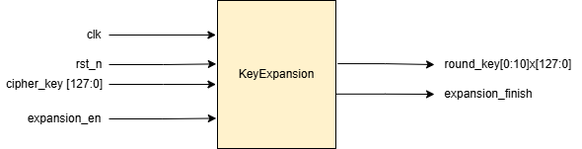
This is KeyExpansion/media/Module Key Expansion high level.png from LQLManZz/AES128-Verilog, a draw.io export, as it was before one commit. Source tidied: cells renumbered, new cells last; positions are measured from the earlier drawing's top-left corner, leaving out a move shared by most shapes. The source it was exported from:
```xml
<mxGraphModel>
  <root>
    <mxCell id="0" />
    <mxCell id="1" parent="0" />
    <mxCell id="2" value="clk" style="text;html=1;whiteSpace=wrap;strokeColor=none;fillColor=none;align=center;verticalAlign=middle;rounded=0;" parent="1" vertex="1">
      <mxGeometry x="80" y="20" width="30" height="30" as="geometry" />
    </mxCell>
    <mxCell id="3" value="rst_n" style="text;html=1;whiteSpace=wrap;strokeColor=none;fillColor=none;align=center;verticalAlign=middle;rounded=0;" parent="1" vertex="1">
      <mxGeometry x="70" y="50" width="40" height="30" as="geometry" />
    </mxCell>
    <mxCell id="4" value="expansion_en" style="text;html=1;whiteSpace=wrap;strokeColor=none;fillColor=none;align=center;verticalAlign=middle;rounded=0;" parent="1" vertex="1">
      <mxGeometry x="20" y="100" width="90" height="40" as="geometry" />
    </mxCell>
    <mxCell id="5" style="edgeStyle=orthogonalEdgeStyle;rounded=0;jettySize=auto;html=1;exitX=1;exitY=0.5;exitDx=0;exitDy=0;entryX=-0.013;entryY=0.567;entryDx=0;entryDy=0;entryPerimeter=0;" parent="1" edge="1" source="6" target="11">
      <mxGeometry relative="1" as="geometry" />
    </mxCell>
    <mxCell id="6" value="cipher_key [127:0]" style="text;html=1;whiteSpace=wrap;strokeColor=none;fillColor=none;align=center;verticalAlign=middle;rounded=0;" parent="1" vertex="1">
      <mxGeometry y="70" width="110" height="30" as="geometry" />
    </mxCell>
    <mxCell id="7" value="round_key[0:10]x[127:0]" style="text;html=1;whiteSpace=wrap;strokeColor=none;fillColor=none;align=center;verticalAlign=middle;rounded=0;" parent="1" vertex="1">
      <mxGeometry x="440" y="50" width="150" height="30" as="geometry" />
    </mxCell>
    <mxCell id="8" value="expansion_finish" style="text;html=1;whiteSpace=wrap;strokeColor=none;fillColor=none;align=center;verticalAlign=middle;rounded=0;" parent="1" vertex="1">
      <mxGeometry x="440" y="80" width="110" height="30" as="geometry" />
    </mxCell>
    <mxCell id="9" style="edgeStyle=orthogonalEdgeStyle;rounded=0;jettySize=auto;html=1;exitX=1;exitY=0.5;exitDx=0;exitDy=0;entryX=-0.01;entryY=0.429;entryDx=0;entryDy=0;entryPerimeter=0;" parent="1" edge="1" source="3" target="11">
      <mxGeometry relative="1" as="geometry" />
    </mxCell>
    <mxCell id="10" style="edgeStyle=orthogonalEdgeStyle;rounded=0;jettySize=auto;html=1;exitX=1;exitY=0.5;exitDx=0;exitDy=0;entryX=-0.01;entryY=0.863;entryDx=0;entryDy=0;entryPerimeter=0;" parent="1" edge="1" source="4">
      <mxGeometry relative="1" as="geometry">
        <mxPoint x="218.8" y="119.5" as="targetPoint" />
      </mxGeometry>
    </mxCell>
    <mxCell id="11" value="KeyExpansion" style="rounded=0;whiteSpace=wrap;html=1;fillColor=#fff2cc;strokeColor=#000000;" parent="1" vertex="1">
      <mxGeometry x="220" width="120" height="150" as="geometry" />
    </mxCell>
    <mxCell id="12" style="edgeStyle=orthogonalEdgeStyle;rounded=0;jettySize=auto;html=1;exitX=1;exitY=0.5;exitDx=0;exitDy=0;entryX=-0.013;entryY=0.233;entryDx=0;entryDy=0;entryPerimeter=0;" parent="1" edge="1" source="2" target="11">
      <mxGeometry relative="1" as="geometry" />
    </mxCell>
    <mxCell id="13" style="edgeStyle=orthogonalEdgeStyle;rounded=0;jettySize=auto;html=1;exitX=1;exitY=0.632;exitDx=0;exitDy=0;entryX=0;entryY=0.5;entryDx=0;entryDy=0;exitPerimeter=0;" parent="1" edge="1" source="11" target="8">
      <mxGeometry relative="1" as="geometry" />
    </mxCell>
    <mxCell id="14" style="edgeStyle=orthogonalEdgeStyle;rounded=0;jettySize=auto;html=1;exitX=1.015;exitY=0.427;exitDx=0;exitDy=0;entryX=0;entryY=0.5;entryDx=0;entryDy=0;exitPerimeter=0;" parent="1" edge="1" source="11" target="7">
      <mxGeometry relative="1" as="geometry" />
    </mxCell>
  </root>
</mxGraphModel>
```
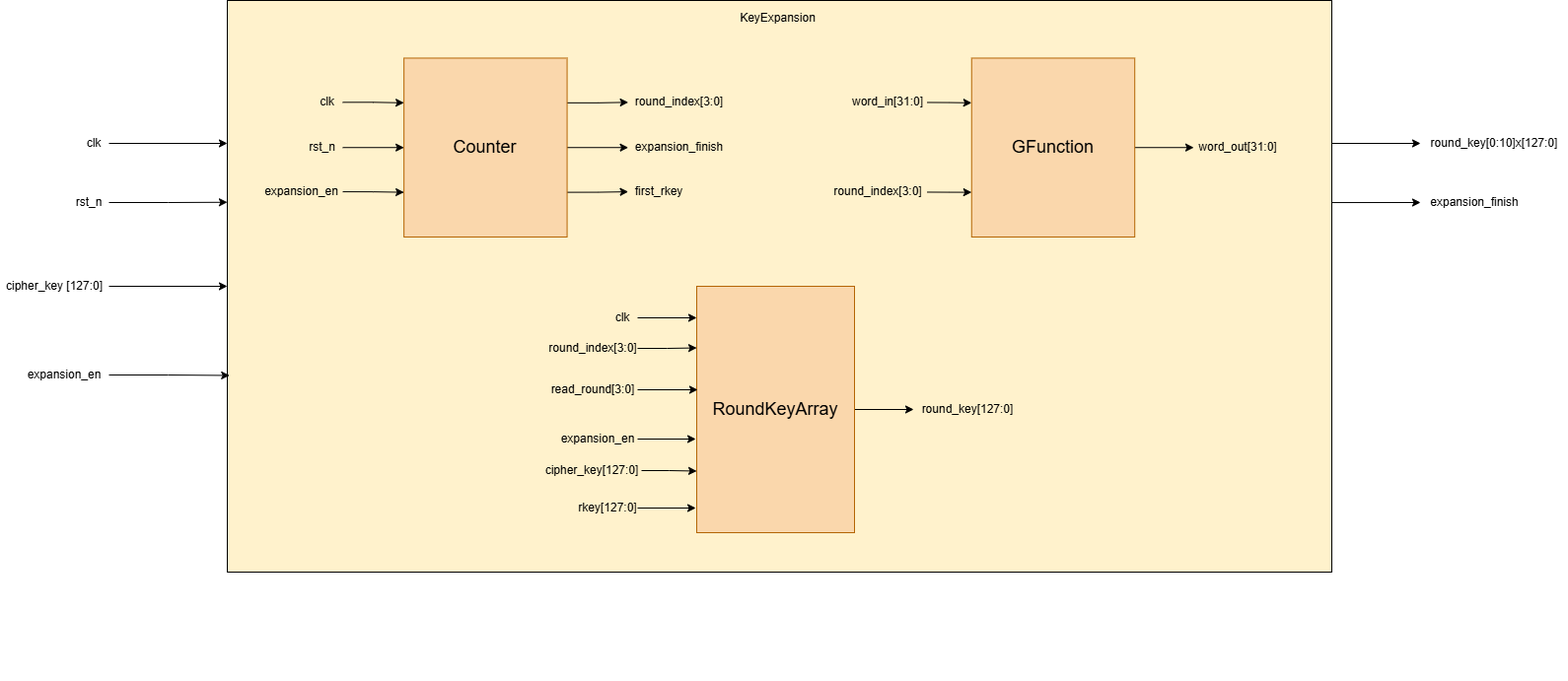
Later version of the same file.

What changed in the source:
```diff
@@ -2,45 +2,165 @@
   <root>
     <mxCell id="0" />
     <mxCell id="1" parent="0" />
+    <mxCell id="12" style="edgeStyle=orthogonalEdgeStyle;rounded=0;jettySize=auto;html=1;exitX=1;exitY=0.5;exitDx=0;exitDy=0;entryX=0;entryY=0.25;entryDx=0;entryDy=0;" parent="1" edge="1" source="2" target="11">
+      <mxGeometry relative="1" as="geometry" />
+    </mxCell>
     <mxCell id="2" value="clk" style="text;html=1;whiteSpace=wrap;strokeColor=none;fillColor=none;align=center;verticalAlign=middle;rounded=0;" parent="1" vertex="1">
-      <mxGeometry x="80" y="20" width="30" height="30" as="geometry" />
+      <mxGeometry x="-370" y="10" width="30" height="30" as="geometry" />
     </mxCell>
     <mxCell id="3" value="rst_n" style="text;html=1;whiteSpace=wrap;strokeColor=none;fillColor=none;align=center;verticalAlign=middle;rounded=0;" parent="1" vertex="1">
-      <mxGeometry x="70" y="50" width="40" height="30" as="geometry" />
+      <mxGeometry x="-380" y="70" width="40" height="30" as="geometry" />
     </mxCell>
     <mxCell id="4" value="expansion_en" style="text;html=1;whiteSpace=wrap;strokeColor=none;fillColor=none;align=center;verticalAlign=middle;rounded=0;" parent="1" vertex="1">
-      <mxGeometry x="20" y="100" width="90" height="40" as="geometry" />
+      <mxGeometry x="-430" y="240" width="90" height="40" as="geometry" />
     </mxCell>
-    <mxCell id="5" style="edgeStyle=orthogonalEdgeStyle;rounded=0;jettySize=auto;html=1;exitX=1;exitY=0.5;exitDx=0;exitDy=0;entryX=-0.013;entryY=0.567;entryDx=0;entryDy=0;entryPerimeter=0;" parent="1" edge="1" source="6" target="11">
+    <mxCell id="5" style="edgeStyle=orthogonalEdgeStyle;rounded=0;jettySize=auto;html=1;exitX=1;exitY=0.5;exitDx=0;exitDy=0;entryX=0;entryY=0.5;entryDx=0;entryDy=0;" parent="1" edge="1" source="6" target="11">
       <mxGeometry relative="1" as="geometry" />
     </mxCell>
     <mxCell id="6" value="cipher_key [127:0]" style="text;html=1;whiteSpace=wrap;strokeColor=none;fillColor=none;align=center;verticalAlign=middle;rounded=0;" parent="1" vertex="1">
-      <mxGeometry y="70" width="110" height="30" as="geometry" />
+      <mxGeometry x="-450" y="155" width="110" height="30" as="geometry" />
     </mxCell>
     <mxCell id="7" value="round_key[0:10]x[127:0]" style="text;html=1;whiteSpace=wrap;strokeColor=none;fillColor=none;align=center;verticalAlign=middle;rounded=0;" parent="1" vertex="1">
-      <mxGeometry x="440" y="50" width="150" height="30" as="geometry" />
+      <mxGeometry x="990" y="10" width="150" height="30" as="geometry" />
     </mxCell>
+    <mxCell id="15" style="edgeStyle=orthogonalEdgeStyle;rounded=0;jettySize=auto;html=1;exitX=0;exitY=0.5;exitDx=0;exitDy=0;entryX=0;entryY=0.5;entryDx=0;entryDy=0;" parent="1" edge="1" target="8">
+      <mxGeometry relative="1" as="geometry">
+        <mxPoint x="900" y="85" as="sourcePoint" />
+      </mxGeometry>
+    </mxCell>
     <mxCell id="8" value="expansion_finish" style="text;html=1;whiteSpace=wrap;strokeColor=none;fillColor=none;align=center;verticalAlign=middle;rounded=0;" parent="1" vertex="1">
-      <mxGeometry x="440" y="80" width="110" height="30" as="geometry" />
+      <mxGeometry x="990" y="70" width="110" height="30" as="geometry" />
     </mxCell>
+    <mxCell id="16" style="group;" parent="1" vertex="1">
+      <mxGeometry x="-220" y="-120" width="1180" height="690" as="geometry" />
+    </mxCell>
+    <mxCell id="11" style="rounded=0;whiteSpace=wrap;html=1;fillColor=#fff2cc;strokeColor=#000000;" parent="16" vertex="1">
+      <mxGeometry width="1120" height="580" as="geometry" />
+    </mxCell>
+    <mxCell id="17" value="KeyExpansion" style="text;html=1;whiteSpace=wrap;strokeColor=none;fillColor=none;align=center;verticalAlign=middle;rounded=0;" parent="16" vertex="1">
+      <mxGeometry x="506.9" width="103.1" height="35.1" as="geometry" />
+    </mxCell>
+    <mxCell id="18" style="group;" parent="16" vertex="1">
+      <mxGeometry x="34.4" y="58.5" width="475.6" height="181.5" as="geometry" />
+    </mxCell>
+    <mxCell id="19" style="edgeStyle=orthogonalEdgeStyle;rounded=0;jettySize=auto;html=1;exitX=1;exitY=0.5;exitDx=0;exitDy=0;entryX=0;entryY=0.25;entryDx=0;entryDy=0;" parent="18" edge="1" source="20" target="28">
+      <mxGeometry relative="1" as="geometry" />
+    </mxCell>
+    <mxCell id="20" value="clk" style="text;html=1;whiteSpace=wrap;strokeColor=none;fillColor=none;align=center;verticalAlign=middle;rounded=0;" parent="18" vertex="1">
+      <mxGeometry x="51.7" y="28.8" width="31" height="32" as="geometry" />
+    </mxCell>
+    <mxCell id="21" style="edgeStyle=orthogonalEdgeStyle;rounded=0;jettySize=auto;html=1;exitX=1;exitY=0.5;exitDx=0;exitDy=0;entryX=0;entryY=0.5;entryDx=0;entryDy=0;" parent="18" edge="1" source="22" target="28">
+      <mxGeometry relative="1" as="geometry" />
+    </mxCell>
+    <mxCell id="22" value="rst_n" style="text;html=1;whiteSpace=wrap;strokeColor=none;fillColor=none;align=center;verticalAlign=middle;rounded=0;" parent="18" vertex="1">
+      <mxGeometry x="41.4" y="74.7" width="41.4" height="32" as="geometry" />
+    </mxCell>
+    <mxCell id="23" style="edgeStyle=orthogonalEdgeStyle;rounded=0;jettySize=auto;html=1;exitX=1;exitY=0.5;exitDx=0;exitDy=0;entryX=0;entryY=0.75;entryDx=0;entryDy=0;" parent="18" edge="1" source="24" target="28">
+      <mxGeometry relative="1" as="geometry" />
+    </mxCell>
+    <mxCell id="24" value="expansion_en" style="text;html=1;whiteSpace=wrap;strokeColor=none;fillColor=none;align=center;verticalAlign=middle;rounded=0;" parent="18" vertex="1">
+      <mxGeometry y="119.6" width="82.7" height="32" as="geometry" />
+    </mxCell>
+    <mxCell id="25" style="edgeStyle=orthogonalEdgeStyle;rounded=0;jettySize=auto;html=1;exitX=1;exitY=0.25;exitDx=0;exitDy=0;entryX=0;entryY=0.5;entryDx=0;entryDy=0;" parent="18" edge="1" source="28" target="31">
+      <mxGeometry relative="1" as="geometry" />
+    </mxCell>
+    <mxCell id="26" style="edgeStyle=orthogonalEdgeStyle;rounded=0;jettySize=auto;html=1;exitX=1;exitY=0.5;exitDx=0;exitDy=0;entryX=0;entryY=0.5;entryDx=0;entryDy=0;" parent="18" edge="1" source="28" target="30">
+      <mxGeometry relative="1" as="geometry" />
+    </mxCell>
+    <mxCell id="27" style="edgeStyle=orthogonalEdgeStyle;rounded=0;jettySize=auto;html=1;exitX=1;exitY=0.75;exitDx=0;exitDy=0;entryX=0;entryY=0.5;entryDx=0;entryDy=0;" parent="18" edge="1" source="28" target="29">
+      <mxGeometry relative="1" as="geometry" />
+    </mxCell>
+    <mxCell id="28" value="&lt;font style=&quot;font-size: 18px;&quot;&gt;Counter&lt;/font&gt;" style="whiteSpace=wrap;html=1;fillColor=#fad7ac;strokeColor=#b46504;" parent="18" vertex="1">
+      <mxGeometry x="144.8" width="165.4" height="181.5" as="geometry" />
+    </mxCell>
+    <mxCell id="29" value="first_rkey" style="text;html=1;whiteSpace=wrap;strokeColor=none;fillColor=none;align=center;verticalAlign=middle;rounded=0;" parent="18" vertex="1">
+      <mxGeometry x="372.2" y="119.6" width="62" height="32" as="geometry" />
+    </mxCell>
+    <mxCell id="30" value="expansion_finish" style="text;html=1;whiteSpace=wrap;strokeColor=none;fillColor=none;align=center;verticalAlign=middle;rounded=0;" parent="18" vertex="1">
+      <mxGeometry x="372.2" y="74.7" width="103.4" height="32" as="geometry" />
+    </mxCell>
+    <mxCell id="31" value="round_index[3:0]" style="text;html=1;whiteSpace=wrap;strokeColor=none;fillColor=none;align=center;verticalAlign=middle;rounded=0;" parent="18" vertex="1">
+      <mxGeometry x="372.2" y="28.8" width="103.4" height="32" as="geometry" />
+    </mxCell>
+    <mxCell id="32" style="group;" parent="16" vertex="1">
+      <mxGeometry x="610" y="58.5" width="460" height="181.5" as="geometry" />
+    </mxCell>
+    <mxCell id="33" style="edgeStyle=orthogonalEdgeStyle;rounded=0;jettySize=auto;html=1;exitX=1;exitY=0.5;exitDx=0;exitDy=0;entryX=0;entryY=0.5;entryDx=0;entryDy=0;" parent="32" edge="1" source="34" target="39">
+      <mxGeometry relative="1" as="geometry" />
+    </mxCell>
+    <mxCell id="34" value="&lt;span style=&quot;font-size: 18px;&quot;&gt;GFunction&lt;/span&gt;" style="whiteSpace=wrap;html=1;fillColor=#fad7ac;strokeColor=#b46504;" parent="32" vertex="1">
+      <mxGeometry x="144.8" width="165.4" height="181.5" as="geometry" />
+    </mxCell>
+    <mxCell id="35" style="edgeStyle=orthogonalEdgeStyle;rounded=0;jettySize=auto;html=1;exitX=1;exitY=0.5;exitDx=0;exitDy=0;entryX=0;entryY=0.25;entryDx=0;entryDy=0;" parent="32" edge="1" source="36" target="34">
+      <mxGeometry relative="1" as="geometry" />
+    </mxCell>
+    <mxCell id="36" value="word_in[31:0]" style="text;html=1;whiteSpace=wrap;strokeColor=none;fillColor=none;align=center;verticalAlign=middle;rounded=0;" parent="32" vertex="1">
+      <mxGeometry x="20" y="30" width="80" height="30" as="geometry" />
+    </mxCell>
+    <mxCell id="37" style="edgeStyle=orthogonalEdgeStyle;rounded=0;jettySize=auto;html=1;exitX=1;exitY=0.5;exitDx=0;exitDy=0;entryX=0;entryY=0.75;entryDx=0;entryDy=0;" parent="32" edge="1" source="38" target="34">
+      <mxGeometry relative="1" as="geometry" />
+    </mxCell>
+    <mxCell id="38" value="round_index[3:0]" style="text;html=1;whiteSpace=wrap;strokeColor=none;fillColor=none;align=center;verticalAlign=middle;rounded=0;" parent="32" vertex="1">
+      <mxGeometry y="121" width="100" height="30" as="geometry" />
+    </mxCell>
+    <mxCell id="39" value="word_out[31:0]" style="text;html=1;whiteSpace=wrap;strokeColor=none;fillColor=none;align=center;verticalAlign=middle;rounded=0;" parent="32" vertex="1">
+      <mxGeometry x="370" y="75.8" width="90" height="30" as="geometry" />
+    </mxCell>
+    <mxCell id="40" style="group;" parent="16" vertex="1">
+      <mxGeometry x="320" y="290" width="486" height="250" as="geometry" />
+    </mxCell>
+    <mxCell id="41" value="clk" style="text;html=1;whiteSpace=wrap;strokeColor=none;fillColor=none;align=center;verticalAlign=middle;rounded=0;" parent="40" vertex="1">
+      <mxGeometry x="66" y="17" width="30" height="30" as="geometry" />
+    </mxCell>
+    <mxCell id="42" value="expansion_en" style="text;html=1;whiteSpace=wrap;strokeColor=none;fillColor=none;align=center;verticalAlign=middle;rounded=0;" parent="40" vertex="1">
+      <mxGeometry x="16" y="140" width="80" height="30" as="geometry" />
+    </mxCell>
+    <mxCell id="43" style="edgeStyle=orthogonalEdgeStyle;rounded=0;jettySize=auto;html=1;exitX=1;exitY=0.5;exitDx=0;exitDy=0;entryX=0;entryY=0.5;entryDx=0;entryDy=0;" parent="40" edge="1" source="44" target="49">
+      <mxGeometry relative="1" as="geometry" />
+    </mxCell>
+    <mxCell id="44" value="&lt;font style=&quot;font-size: 18px;&quot;&gt;RoundKeyArray&lt;/font&gt;" style="whiteSpace=wrap;html=1;fillColor=#fad7ac;strokeColor=#b46504;" parent="40" vertex="1">
+      <mxGeometry x="156" width="160" height="250" as="geometry" />
+    </mxCell>
+    <mxCell id="45" style="edgeStyle=orthogonalEdgeStyle;rounded=0;jettySize=auto;html=1;exitX=1;exitY=0.5;exitDx=0;exitDy=0;entryX=0;entryY=0.75;entryDx=0;entryDy=0;" parent="40" edge="1" source="46" target="44">
+      <mxGeometry relative="1" as="geometry" />
+    </mxCell>
+    <mxCell id="46" value="cipher_key[127:0]" style="text;html=1;whiteSpace=wrap;strokeColor=none;fillColor=none;align=center;verticalAlign=middle;rounded=0;" parent="40" vertex="1">
+      <mxGeometry y="172" width="100" height="30" as="geometry" />
+    </mxCell>
+    <mxCell id="47" value="rkey[127:0]" style="text;html=1;whiteSpace=wrap;strokeColor=none;fillColor=none;align=center;verticalAlign=middle;rounded=0;" parent="40" vertex="1">
+      <mxGeometry x="36" y="210" width="60" height="30" as="geometry" />
+    </mxCell>
+    <mxCell id="48" style="edgeStyle=orthogonalEdgeStyle;rounded=0;jettySize=auto;html=1;exitX=1;exitY=0.5;exitDx=0;exitDy=0;entryX=0;entryY=0.128;entryDx=0;entryDy=0;entryPerimeter=0;" parent="40" edge="1" source="41" target="44">
+      <mxGeometry relative="1" as="geometry" />
+    </mxCell>
+    <mxCell id="49" value="round_key[127:0]" style="text;html=1;whiteSpace=wrap;strokeColor=none;fillColor=none;align=center;verticalAlign=middle;rounded=0;" parent="40" vertex="1">
+      <mxGeometry x="376" y="110" width="110" height="30" as="geometry" />
+    </mxCell>
+    <mxCell id="50" style="edgeStyle=orthogonalEdgeStyle;rounded=0;jettySize=auto;html=1;exitX=1;exitY=0.5;exitDx=0;exitDy=0;entryX=0;entryY=0.25;entryDx=0;entryDy=0;" parent="40" edge="1" source="51" target="44">
+      <mxGeometry relative="1" as="geometry" />
+    </mxCell>
+    <mxCell id="51" value="round_index[3:0]" style="text;html=1;whiteSpace=wrap;strokeColor=none;fillColor=none;align=center;verticalAlign=middle;rounded=0;" parent="40" vertex="1">
+      <mxGeometry x="6" y="48" width="90" height="30" as="geometry" />
+    </mxCell>
+    <mxCell id="52" style="edgeStyle=orthogonalEdgeStyle;rounded=0;jettySize=auto;html=1;exitX=1;exitY=0.5;exitDx=0;exitDy=0;entryX=-0.006;entryY=0.9;entryDx=0;entryDy=0;entryPerimeter=0;" parent="40" edge="1" source="47" target="44">
+      <mxGeometry relative="1" as="geometry" />
+    </mxCell>
+    <mxCell id="53" style="edgeStyle=orthogonalEdgeStyle;rounded=0;jettySize=auto;html=1;exitX=1;exitY=0.5;exitDx=0;exitDy=0;entryX=-0.006;entryY=0.62;entryDx=0;entryDy=0;entryPerimeter=0;" parent="40" edge="1" source="42" target="44">
+      <mxGeometry relative="1" as="geometry" />
+    </mxCell>
+    <mxCell id="54" value="read_round[3:0]" style="text;html=1;whiteSpace=wrap;strokeColor=none;fillColor=none;align=center;verticalAlign=middle;rounded=0;" parent="40" vertex="1">
+      <mxGeometry x="6" y="90" width="90" height="30" as="geometry" />
+    </mxCell>
+    <mxCell id="55" style="edgeStyle=orthogonalEdgeStyle;rounded=0;jettySize=auto;html=1;exitX=1;exitY=0.5;exitDx=0;exitDy=0;entryX=0.006;entryY=0.42;entryDx=0;entryDy=0;entryPerimeter=0;" parent="40" edge="1" source="54" target="44">
+      <mxGeometry relative="1" as="geometry" />
+    </mxCell>
-    <mxCell id="9" style="edgeStyle=orthogonalEdgeStyle;rounded=0;jettySize=auto;html=1;exitX=1;exitY=0.5;exitDx=0;exitDy=0;entryX=-0.01;entryY=0.429;entryDx=0;entryDy=0;entryPerimeter=0;" parent="1" edge="1" source="3" target="11">
+    <mxCell id="9" style="edgeStyle=orthogonalEdgeStyle;rounded=0;jettySize=auto;html=1;exitX=1;exitY=0.5;exitDx=0;exitDy=0;entryX=0;entryY=0.353;entryDx=0;entryDy=0;entryPerimeter=0;" parent="1" edge="1" source="3" target="11">
       <mxGeometry relative="1" as="geometry" />
     </mxCell>
-    <mxCell id="10" style="edgeStyle=orthogonalEdgeStyle;rounded=0;jettySize=auto;html=1;exitX=1;exitY=0.5;exitDx=0;exitDy=0;entryX=-0.01;entryY=0.863;entryDx=0;entryDy=0;entryPerimeter=0;" parent="1" edge="1" source="4">
-      <mxGeometry relative="1" as="geometry">
-        <mxPoint x="218.8" y="119.5" as="targetPoint" />
-      </mxGeometry>
-    </mxCell>
-    <mxCell id="11" value="KeyExpansion" style="rounded=0;whiteSpace=wrap;html=1;fillColor=#fff2cc;strokeColor=#000000;" parent="1" vertex="1">
-      <mxGeometry x="220" width="120" height="150" as="geometry" />
-    </mxCell>
-    <mxCell id="12" style="edgeStyle=orthogonalEdgeStyle;rounded=0;jettySize=auto;html=1;exitX=1;exitY=0.5;exitDx=0;exitDy=0;entryX=-0.013;entryY=0.233;entryDx=0;entryDy=0;entryPerimeter=0;" parent="1" edge="1" source="2" target="11">
-      <mxGeometry relative="1" as="geometry" />
-    </mxCell>
-    <mxCell id="13" style="edgeStyle=orthogonalEdgeStyle;rounded=0;jettySize=auto;html=1;exitX=1;exitY=0.632;exitDx=0;exitDy=0;entryX=0;entryY=0.5;entryDx=0;entryDy=0;exitPerimeter=0;" parent="1" edge="1" source="11" target="8">
-      <mxGeometry relative="1" as="geometry" />
-    </mxCell>
+    <mxCell id="56" style="edgeStyle=orthogonalEdgeStyle;rounded=0;jettySize=auto;html=1;exitX=1;exitY=0.5;exitDx=0;exitDy=0;entryX=0.002;entryY=0.656;entryDx=0;entryDy=0;entryPerimeter=0;" parent="1" edge="1" source="4" target="11">
+      <mxGeometry relative="1" as="geometry" />
+    </mxCell>
-    <mxCell id="14" style="edgeStyle=orthogonalEdgeStyle;rounded=0;jettySize=auto;html=1;exitX=1.015;exitY=0.427;exitDx=0;exitDy=0;entryX=0;entryY=0.5;entryDx=0;entryDy=0;exitPerimeter=0;" parent="1" edge="1" source="11" target="7">
+    <mxCell id="14" style="edgeStyle=orthogonalEdgeStyle;rounded=0;jettySize=auto;html=1;exitX=1;exitY=0.25;exitDx=0;exitDy=0;entryX=0;entryY=0.5;entryDx=0;entryDy=0;" parent="1" edge="1" source="11" target="7">
       <mxGeometry relative="1" as="geometry" />
     </mxCell>
   </root>
```
